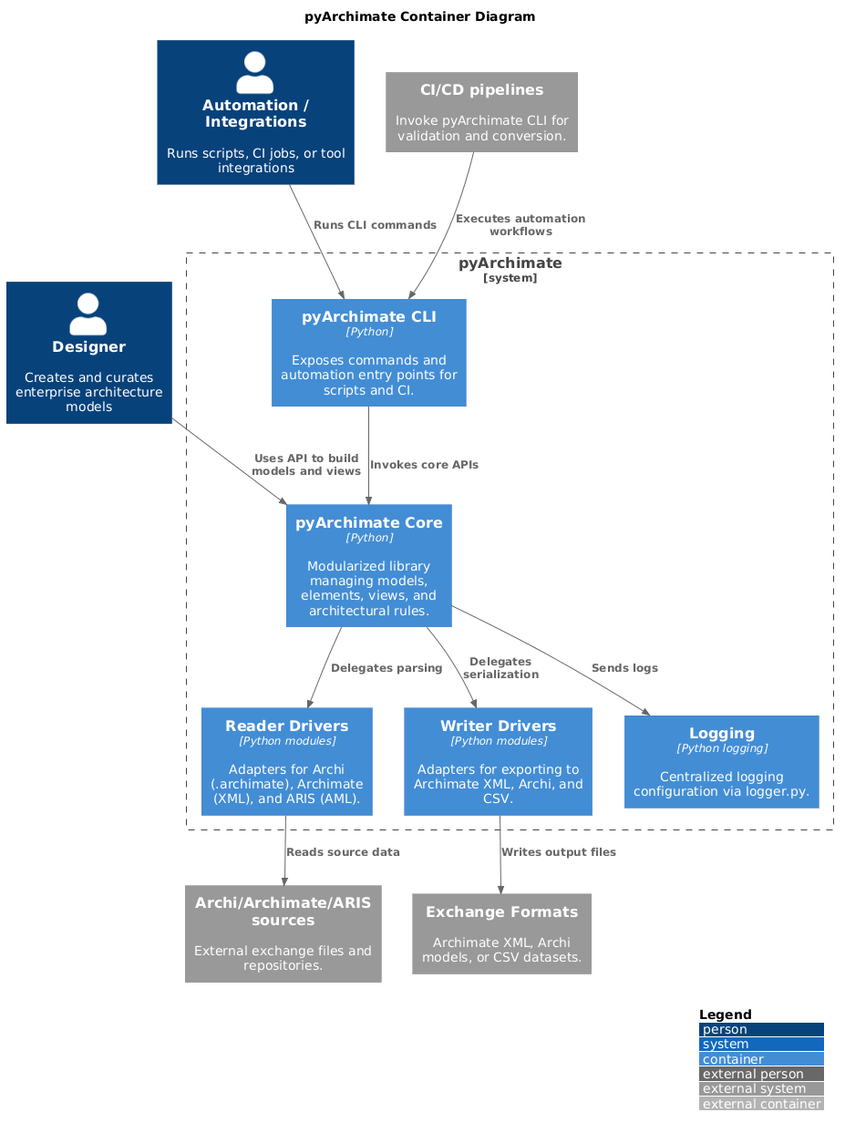
Before: docs/diagrams/c4_container.png, a diagram exported from PlantUML (pyArchimate/pyArchimate). Its diagram source:
```plantuml
@startuml
!includeurl <C4/C4_Container>
title pyArchimate Container Diagram
LAYOUT_WITH_LEGEND()

Person(designer, "Designer", "Creates and curates enterprise architecture models")
Person(automation, "Automation / Integrations", "Runs scripts, CI jobs, or tool integrations")

System_Boundary(pyArchimateBoundary, "pyArchimate") {
  Container(pyArchimateLib, "pyArchimate Core", "Python", "Modularized library managing models, elements, views, and architectural rules.")
  Container(cli, "pyArchimate CLI", "Python", "Exposes commands and automation entry points for scripts and CI.")
  Container(readers, "Reader Drivers", "Python modules", "Adapters for Archi (.archimate), Archimate (XML), and ARIS (AML).")
  Container(writers, "Writer Drivers", "Python modules", "Adapters for exporting to Archimate XML, Archi, and CSV.")
  Container(logger, "Logging", "Python logging", "Centralized logging configuration via logger.py.")
}

System_Ext(archiFiles, "Archi/Archimate/ARIS sources", "External exchange files and repositories.")
System_Ext(exportTargets, "Exchange Formats", "Archimate XML, Archi models, or CSV datasets.")
System_Ext(buildEnv, "CI/CD pipelines", "Invoke pyArchimate CLI for validation and conversion.")

Rel(designer, pyArchimateLib, "Uses API to build models and views")
Rel(automation, cli, "Runs CLI commands")
Rel(cli, pyArchimateLib, "Invokes core APIs")
Rel(pyArchimateLib, readers, "Delegates parsing")
Rel(pyArchimateLib, writers, "Delegates serialization")
Rel(pyArchimateLib, logger, "Sends logs")
Rel(readers, archiFiles, "Reads source data")
Rel(writers, exportTargets, "Writes output files")
Rel(buildEnv, cli, "Executes automation workflows")
@enduml
```
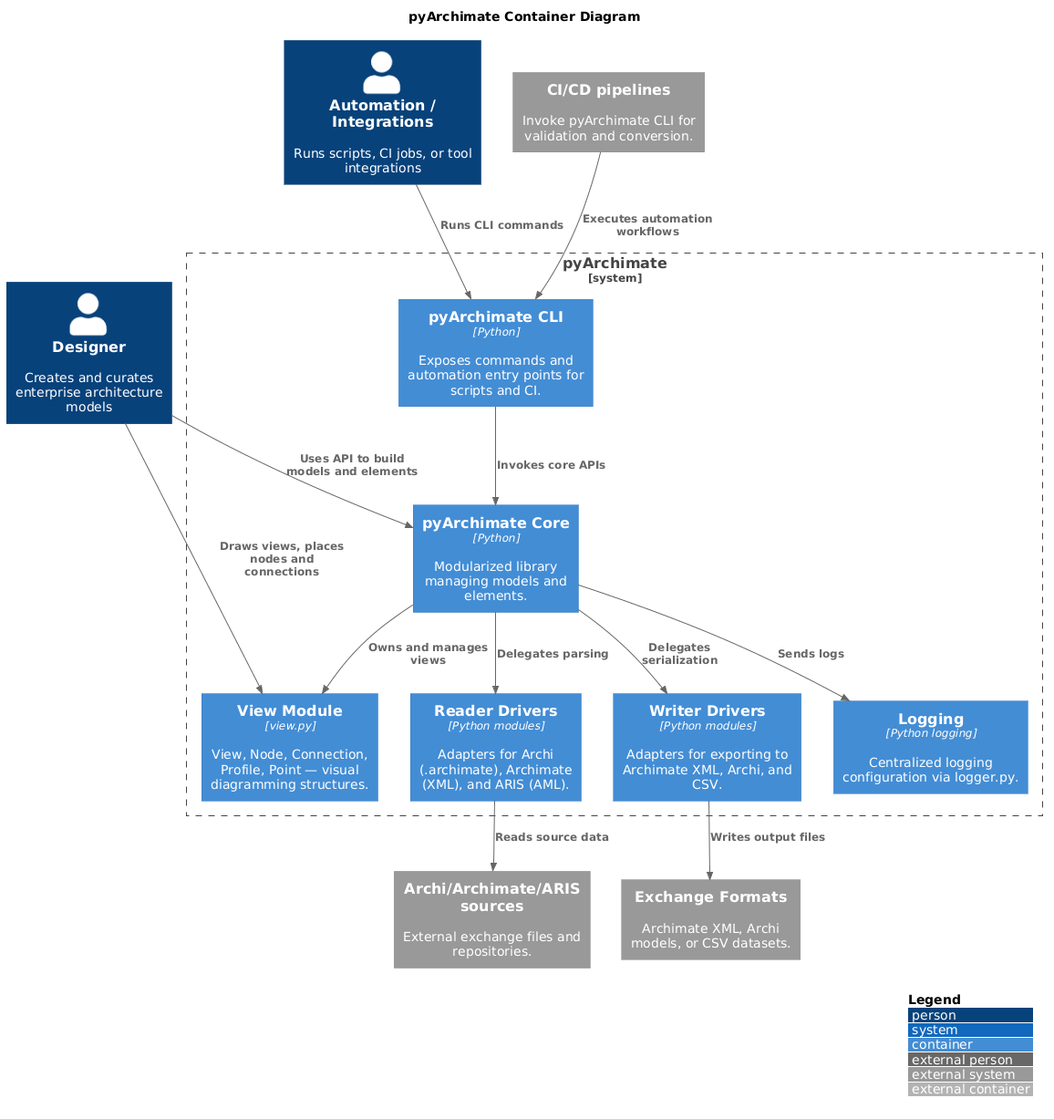
After the change.

Commit message:
chore(docs): update C4 diagrams (container and context)

Diff of the diagram source:
```diff
@@ -7,7 +7,8 @@
 Person(automation, "Automation / Integrations", "Runs scripts, CI jobs, or tool integrations")
 
 System_Boundary(pyArchimateBoundary, "pyArchimate") {
-  Container(pyArchimateLib, "pyArchimate Core", "Python", "Modularized library managing models, elements, views, and architectural rules.")
+  Container(pyArchimateLib, "pyArchimate Core", "Python", "Modularized library managing models and elements.")
+  Container(viewMod, "View Module", "view.py", "View, Node, Connection, Profile, Point — visual diagramming structures.")
   Container(cli, "pyArchimate CLI", "Python", "Exposes commands and automation entry points for scripts and CI.")
   Container(readers, "Reader Drivers", "Python modules", "Adapters for Archi (.archimate), Archimate (XML), and ARIS (AML).")
   Container(writers, "Writer Drivers", "Python modules", "Adapters for exporting to Archimate XML, Archi, and CSV.")
@@ -18,9 +19,11 @@
 System_Ext(exportTargets, "Exchange Formats", "Archimate XML, Archi models, or CSV datasets.")
 System_Ext(buildEnv, "CI/CD pipelines", "Invoke pyArchimate CLI for validation and conversion.")
 
-Rel(designer, pyArchimateLib, "Uses API to build models and views")
+Rel(designer, pyArchimateLib, "Uses API to build models and elements")
+Rel(designer, viewMod, "Draws views, places nodes and connections")
 Rel(automation, cli, "Runs CLI commands")
 Rel(cli, pyArchimateLib, "Invokes core APIs")
+Rel(pyArchimateLib, viewMod, "Owns and manages views")
 Rel(pyArchimateLib, readers, "Delegates parsing")
 Rel(pyArchimateLib, writers, "Delegates serialization")
 Rel(pyArchimateLib, logger, "Sends logs")
```
